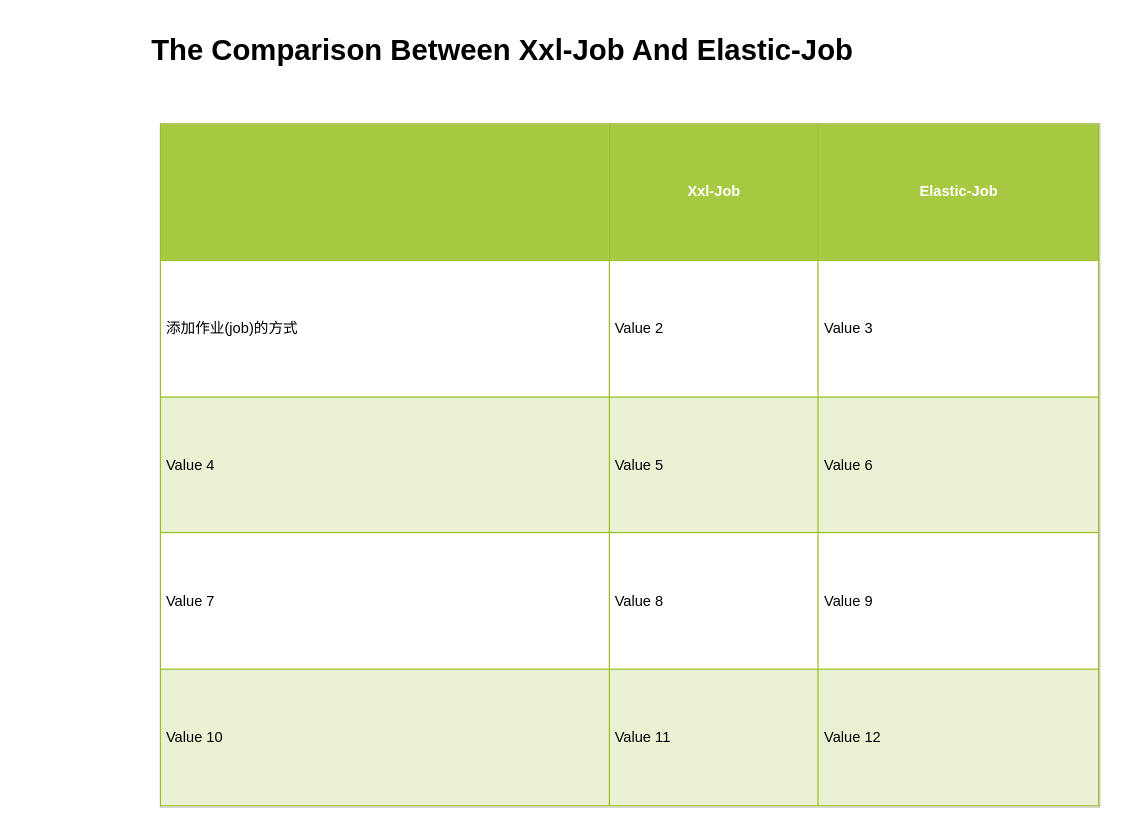
Above: xxl-job/The Comparison Between Xxl-Job And Elastic-Job.drawio in llrrbaba/BlogList (draw.io), before the change. Source tidied: cells renumbered, new cells numbered last; positions are measured from the earlier drawing's top-left corner, leaving out a move shared by most shapes. Both pictures are drawn from the tidied source at 122%, with x=0, y=0 at pixel (26, 26).
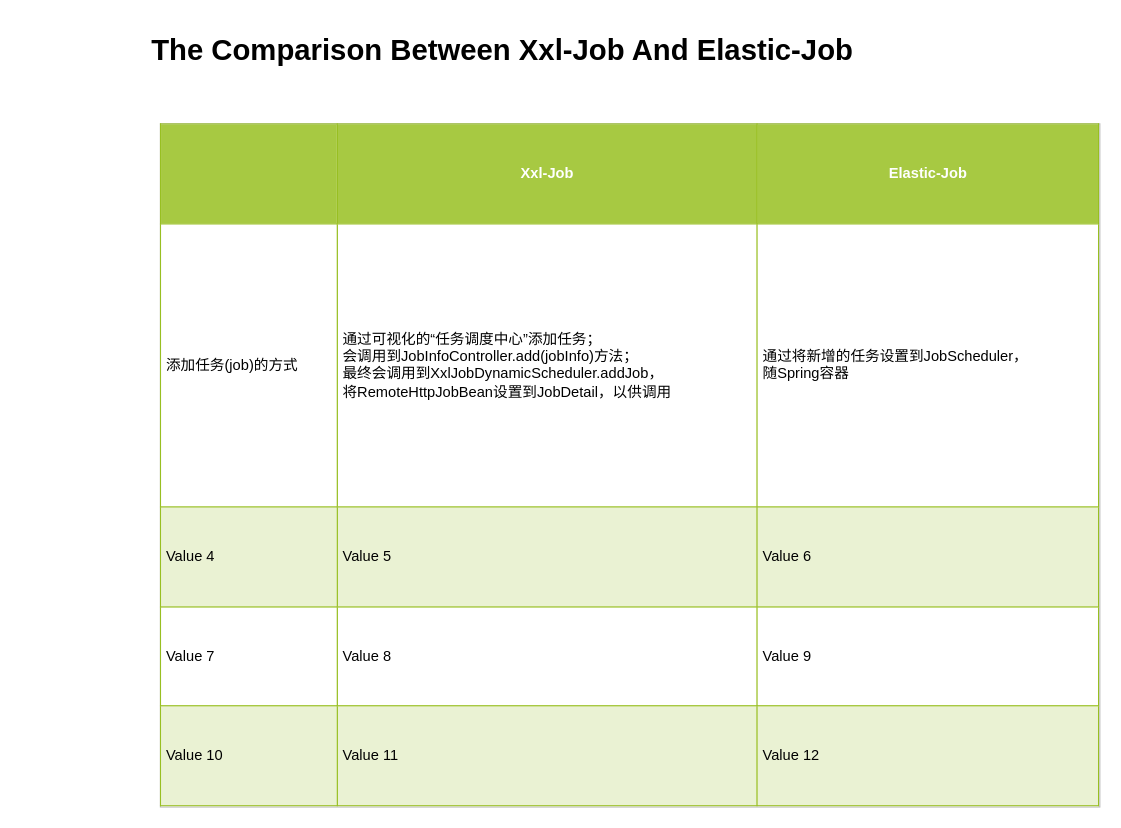
Above is the later version.

Diff of the diagram source:
```diff
@@
 <mxGraphModel background="#ffffff">
   <root>
     <mxCell id="0" />
     <mxCell id="1" parent="0" />
     <mxCell id="2" value="The C&lt;span&gt;omparison Between Xxl-Job And Elastic-Job&lt;/span&gt;" style="text;strokeColor=none;fillColor=none;html=1;fontSize=24;fontStyle=1;verticalAlign=middle;align=center;rounded=0;shadow=1;" parent="1" vertex="1">
       <mxGeometry width="780" height="40" as="geometry" />
     </mxCell>
-    <mxCell id="3" value="&lt;table border=&quot;1&quot; width=&quot;100%&quot; cellpadding=&quot;4&quot; style=&quot;width: 100% ; height: 100% ; border-collapse: collapse&quot;&gt;&lt;tbody&gt;&lt;tr style=&quot;background-color: #a7c942 ; color: #ffffff ; border: 1px solid #98bf21&quot;&gt;&lt;th align=&quot;left&quot;&gt;&lt;br&gt;&lt;/th&gt;&lt;th align=&quot;left&quot; style=&quot;text-align: center&quot;&gt;Xxl-Job&lt;/th&gt;&lt;th align=&quot;left&quot; style=&quot;text-align: center&quot;&gt;Elastic-Job&lt;/th&gt;&lt;/tr&gt;&lt;tr style=&quot;border: 1px solid #98bf21&quot;&gt;&lt;td&gt;添加作业(job)的方式&lt;/td&gt;&lt;td&gt;Value 2&lt;/td&gt;&lt;td&gt;Value 3&lt;/td&gt;&lt;/tr&gt;&lt;tr style=&quot;background-color: #eaf2d3 ; border: 1px solid #98bf21&quot;&gt;&lt;td&gt;Value 4&lt;/td&gt;&lt;td&gt;Value 5&lt;/td&gt;&lt;td&gt;Value 6&lt;/td&gt;&lt;/tr&gt;&lt;tr style=&quot;border: 1px solid #98bf21&quot;&gt;&lt;td&gt;Value 7&lt;/td&gt;&lt;td&gt;Value 8&lt;/td&gt;&lt;td&gt;Value 9&lt;/td&gt;&lt;/tr&gt;&lt;tr style=&quot;background-color: #eaf2d3 ; border: 1px solid #98bf21&quot;&gt;&lt;td&gt;Value 10&lt;/td&gt;&lt;td&gt;Value 11&lt;/td&gt;&lt;td&gt;Value 12&lt;/td&gt;&lt;/tr&gt;&lt;/tbody&gt;&lt;/table&gt;" style="text;html=1;strokeColor=#c0c0c0;fillColor=#ffffff;overflow=fill;rounded=0;" parent="1" vertex="1">
+    <mxCell id="3" value="&lt;table border=&quot;1&quot; width=&quot;100%&quot; cellpadding=&quot;4&quot; style=&quot;width: 100% ; height: 100% ; border-collapse: collapse&quot;&gt;&lt;tbody&gt;&lt;tr style=&quot;background-color: #a7c942 ; color: #ffffff ; border: 1px solid #98bf21&quot;&gt;&lt;th align=&quot;left&quot;&gt;&lt;br&gt;&lt;/th&gt;&lt;th align=&quot;left&quot; style=&quot;text-align: center&quot;&gt;Xxl-Job&lt;/th&gt;&lt;th align=&quot;left&quot; style=&quot;text-align: center&quot;&gt;Elastic-Job&lt;/th&gt;&lt;/tr&gt;&lt;tr style=&quot;border: 1px solid #98bf21&quot;&gt;&lt;td&gt;添加任务(job)的方式&lt;/td&gt;&lt;td&gt;通过可视化的“任务调度中心”添加任务；&lt;br&gt;会调用到JobInfoController.add(jobInfo)方法；&lt;br&gt;最终会调用到XxlJobDynamicScheduler.addJob，&lt;br&gt;将RemoteHttpJobBean设置到JobDetail，以供调用&lt;/td&gt;&lt;td&gt;通过将新增的任务设置到JobScheduler，&lt;br&gt;随Spring容器&lt;/td&gt;&lt;/tr&gt;&lt;tr style=&quot;background-color: #eaf2d3 ; border: 1px solid #98bf21&quot;&gt;&lt;td&gt;Value 4&lt;/td&gt;&lt;td&gt;Value 5&lt;/td&gt;&lt;td&gt;Value 6&lt;/td&gt;&lt;/tr&gt;&lt;tr style=&quot;border: 1px solid #98bf21&quot;&gt;&lt;td&gt;Value 7&lt;/td&gt;&lt;td&gt;Value 8&lt;/td&gt;&lt;td&gt;Value 9&lt;/td&gt;&lt;/tr&gt;&lt;tr style=&quot;background-color: #eaf2d3 ; border: 1px solid #98bf21&quot;&gt;&lt;td&gt;Value 10&lt;/td&gt;&lt;td&gt;Value 11&lt;/td&gt;&lt;td&gt;Value 12&lt;/td&gt;&lt;/tr&gt;&lt;/tbody&gt;&lt;/table&gt;" style="text;html=1;strokeColor=#c0c0c0;fillColor=#ffffff;overflow=fill;rounded=0;" parent="1" vertex="1">
       <mxGeometry x="110" y="80" width="770" height="560" as="geometry" />
     </mxCell>
   </root>
 </mxGraphModel>
```
